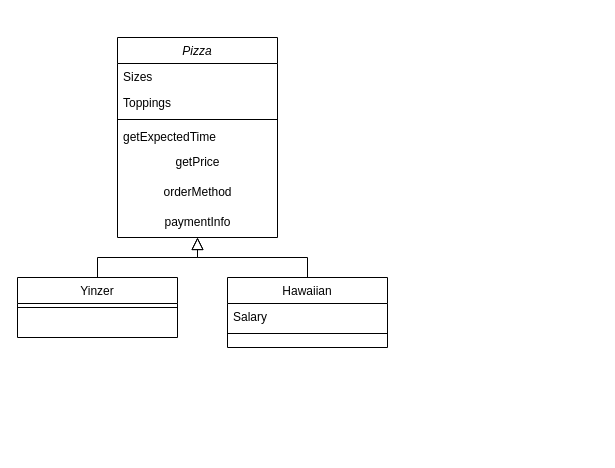
Above: Class exercise pizza.drawio in sirfan123/1530 (draw.io), before the change. Source tidied: cells renumbered, new cells numbered last; positions are measured from the earlier drawing's top-left corner, leaving out a move shared by most shapes. Both pictures are drawn from the tidied source at 100%, with x=0, y=0 at pixel (17, 37).
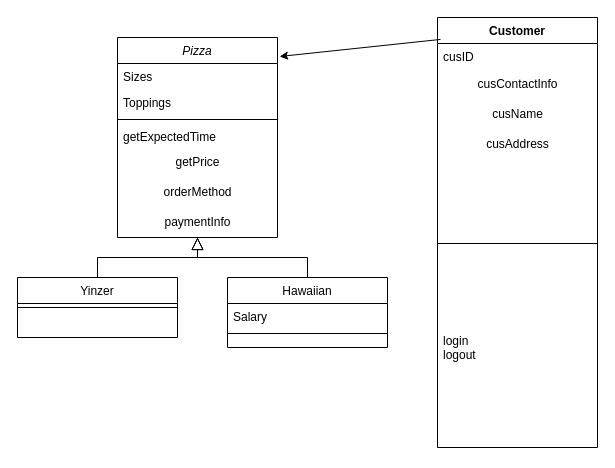
The same page after the edit.

Unchanged cells that the change refers to:
```xml
<mxCell id="2" value="Pizza" style="swimlane;fontStyle=2;align=center;verticalAlign=top;horizontal=1;startSize=26;rounded=0;shadow=0;strokeWidth=1;" parent="1" vertex="1">
  <mxGeometry x="100" width="160" height="200" as="geometry" />
</mxCell>
```

What changed in the source:
```diff
@@
+    <mxCell id="17" value="Customer" style="swimlane;fontStyle=1;align=center;verticalAlign=top;horizontal=1;startSize=26;whiteSpace=wrap;html=1;" parent="1" vertex="1">
+      <mxGeometry x="420" y="-20" width="160" height="430" as="geometry" />
+    </mxCell>
+    <mxCell id="18" value="cusID" style="text;strokeColor=none;fillColor=none;align=left;verticalAlign=top;spacingLeft=4;spacingRight=4;overflow=hidden;whiteSpace=wrap;html=1;" parent="17" vertex="1">
+      <mxGeometry y="26" width="160" height="26" as="geometry" />
+    </mxCell>
+    <mxCell id="19" value="cusContactInfo" style="text;html=1;align=center;verticalAlign=middle;strokeColor=none;fillColor=none;" parent="17" vertex="1">
+      <mxGeometry y="52" width="160" height="30" as="geometry" />
+    </mxCell>
+    <mxCell id="20" value="cusName" style="text;html=1;align=center;verticalAlign=middle;strokeColor=none;fillColor=none;" parent="17" vertex="1">
+      <mxGeometry y="82" width="160" height="30" as="geometry" />
+    </mxCell>
+    <mxCell id="21" value="cusAddress" style="text;html=1;align=center;verticalAlign=middle;strokeColor=none;fillColor=none;" parent="17" vertex="1">
+      <mxGeometry y="112" width="160" height="30" as="geometry" />
+    </mxCell>
+    <mxCell id="22" style="line;strokeWidth=1;fillColor=none;align=left;verticalAlign=middle;spacingTop=-1;spacingLeft=3;spacingRight=3;labelPosition=right;strokeColor=inherit;" parent="17" vertex="1">
+      <mxGeometry y="142" width="160" height="168" as="geometry" />
+    </mxCell>
+    <mxCell id="23" value="login&lt;br&gt;logout&lt;br&gt;" style="text;strokeColor=none;fillColor=none;align=left;verticalAlign=top;spacingLeft=4;spacingRight=4;overflow=hidden;whiteSpace=wrap;html=1;" parent="17" vertex="1">
+      <mxGeometry y="310" width="160" height="120" as="geometry" />
+    </mxCell>
+    <mxCell id="24" style="endArrow=classic;html=1;rounded=0;entryX=1.013;entryY=0.095;entryDx=0;entryDy=0;entryPerimeter=0;exitX=0.019;exitY=0.051;exitDx=0;exitDy=0;exitPerimeter=0;" parent="1" edge="1" source="17" target="2">
+      <mxGeometry relative="1" as="geometry" />
+    </mxCell>
```
